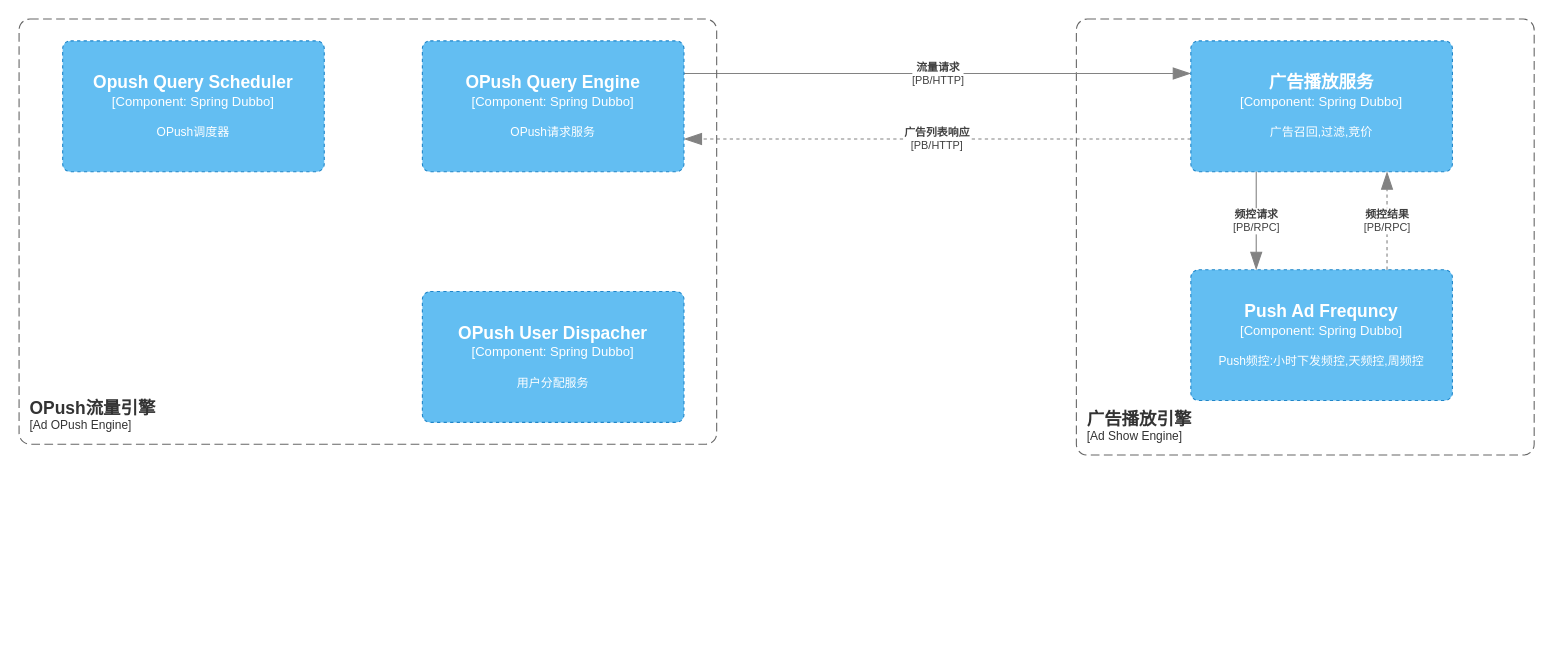
This is page "Container Push Ad Engine" (2 of 6) of universal-engine/OPush.drawio from karlchan-cn/drawio-repository, a draw.io file, before an edit. Source tidied: cells renumbered, new cells numbered last; positions are measured from the earlier drawing's top-left corner, leaving out a move shared by most shapes. Both pictures are drawn from the tidied source at 109%, with x=0, y=0 at pixel (19, 19).
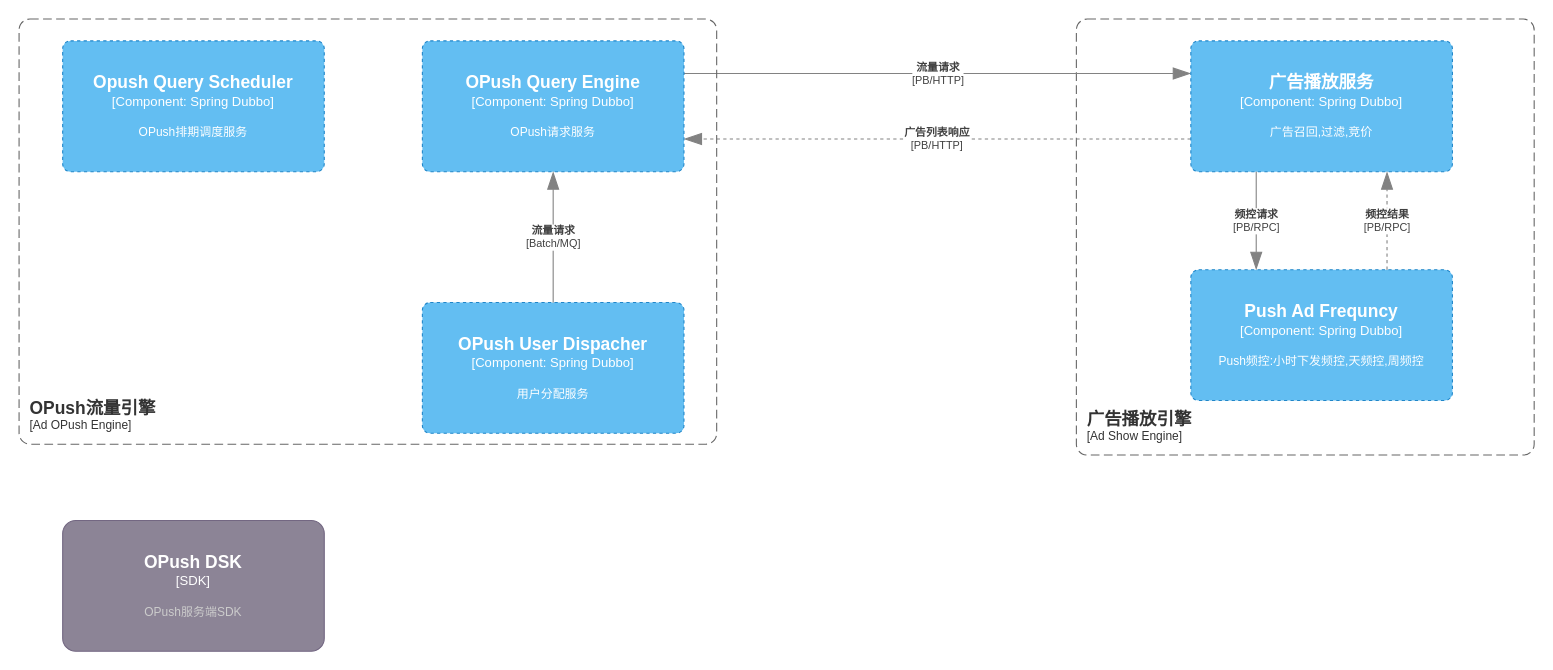
After the change.

Unchanged cells that the change refers to:
```xml
<object id="6" label="&lt;font style=&quot;font-size: 16px&quot;&gt;&lt;b&gt;%c4Name%&lt;/b&gt;&lt;/font&gt;&lt;div&gt;[%c4Type%: %c4Technology%]&lt;/div&gt;&lt;br&gt;&lt;div&gt;&lt;font style=&quot;font-size: 11px&quot;&gt;%c4Description%&lt;/font&gt;&lt;/div&gt;" c4Description="OPush请求服务" c4Name="OPush Query Engine" c4Technology="Spring Dubbo" c4Type="Component" placeholders="1">
  <mxCell style="rounded=1;whiteSpace=wrap;html=1;labelBackgroundColor=none;fillColor=#63BEF2;fontColor=#ffffff;align=center;arcSize=6;strokeColor=#2086C9;points=[[0.25,0,0],[0.5,0,0],[0.75,0,0],[1,0.25,0],[1,0.5,0],[1,0.75,0],[0.75,1,0],[0.5,1,0],[0.25,1,0],[0,0.75,0],[0,0.5,0],[0,0.25,0]];dashed=1;" parent="1" vertex="1">
    <mxGeometry x="370" y="20" width="240" height="120" as="geometry" />
  </mxCell>
</object>
```

Change to the diagram source:
```diff
@@
-    <object id="7" label="&lt;font style=&quot;font-size: 16px&quot;&gt;&lt;b&gt;%c4Name%&lt;/b&gt;&lt;/font&gt;&lt;div&gt;[%c4Type%: %c4Technology%]&lt;/div&gt;&lt;br&gt;&lt;div&gt;&lt;font style=&quot;font-size: 11px&quot;&gt;%c4Description%&lt;/font&gt;&lt;/div&gt;" c4Description="OPush调度器" c4Name="Opush Query Scheduler" c4Technology="Spring Dubbo" c4Type="Component" placeholders="1">
+    <object id="7" label="&lt;font style=&quot;font-size: 16px&quot;&gt;&lt;b&gt;%c4Name%&lt;/b&gt;&lt;/font&gt;&lt;div&gt;[%c4Type%: %c4Technology%]&lt;/div&gt;&lt;br&gt;&lt;div&gt;&lt;font style=&quot;font-size: 11px&quot;&gt;%c4Description%&lt;/font&gt;&lt;/div&gt;" c4Description="OPush排期调度服务" c4Name="Opush Query Scheduler" c4Technology="Spring Dubbo" c4Type="Component" placeholders="1">
       <mxCell style="rounded=1;whiteSpace=wrap;html=1;labelBackgroundColor=none;fillColor=#63BEF2;fontColor=#ffffff;align=center;arcSize=6;strokeColor=#2086C9;dashed=1;" parent="1" vertex="1">
         <mxGeometry x="40" y="20" width="240" height="120" as="geometry" />
       </mxCell>
     </object>
     <object id="8" label="&lt;font style=&quot;font-size: 16px&quot;&gt;&lt;b&gt;%c4Name%&lt;/b&gt;&lt;/font&gt;&lt;div&gt;[%c4Type%: %c4Technology%]&lt;/div&gt;&lt;br&gt;&lt;div&gt;&lt;font style=&quot;font-size: 11px&quot;&gt;%c4Description%&lt;/font&gt;&lt;/div&gt;" c4Description="用户分配服务" c4Name="OPush User Dispacher" c4Technology="Spring Dubbo" c4Type="Component" placeholders="1">
       <mxCell style="rounded=1;whiteSpace=wrap;html=1;labelBackgroundColor=none;fillColor=#63BEF2;fontColor=#ffffff;align=center;arcSize=6;strokeColor=#2086C9;dashed=1;" parent="1" vertex="1">
-        <mxGeometry x="370" y="250" width="240" height="120" as="geometry" />
+        <mxGeometry x="370" y="260" width="240" height="120" as="geometry" />
       </mxCell>
     </object>
@@
+    <object id="13" label="&lt;font style=&quot;font-size: 16px&quot;&gt;&lt;b&gt;%c4Name%&lt;/b&gt;&lt;/font&gt;&lt;div&gt;[%c4Type%]&lt;/div&gt;&lt;br&gt;&lt;div&gt;&lt;font style=&quot;font-size: 11px&quot;&gt;&lt;font color=&quot;#cccccc&quot;&gt;%c4Description%&lt;/font&gt;&lt;/div&gt;" c4Description="OPush服务端SDK" c4Name="OPush DSK" c4Type="SDK" placeholders="1">
+      <mxCell style="rounded=1;whiteSpace=wrap;html=1;labelBackgroundColor=none;fillColor=#8C8496;fontColor=#ffffff;align=center;arcSize=10;strokeColor=#736782;" parent="1" vertex="1">
+        <mxGeometry x="40" y="460" width="240" height="120" as="geometry" />
+      </mxCell>
+    </object>
+    <object id="14" label="&lt;div style=&quot;text-align: left&quot;&gt;&lt;div style=&quot;text-align: center&quot;&gt;&lt;b&gt;%c4Description%&lt;/b&gt;&lt;/div&gt;&lt;div style=&quot;text-align: center&quot;&gt;[%c4Technology%]&lt;/div&gt;&lt;/div&gt;" c4Description="流量请求" c4Technology="Batch/MQ" placeholders="1">
+      <mxCell style="endArrow=blockThin;html=1;fontSize=10;fontColor=#404040;strokeWidth=1;endFill=1;strokeColor=#828282;elbow=vertical;endSize=14;startSize=14;jumpStyle=arc;jumpSize=16;rounded=0;edgeStyle=orthogonalEdgeStyle;entryX=0.5;entryY=1;entryDx=0;entryDy=0;entryPerimeter=0;" parent="1" edge="1" target="6">
+        <mxGeometry relative="1" as="geometry">
+          <mxPoint x="490" y="260" as="sourcePoint" />
+          <Array as="points">
+            <mxPoint x="490" y="260" />
+          </Array>
+        </mxGeometry>
+      </mxCell>
+    </object>
```
